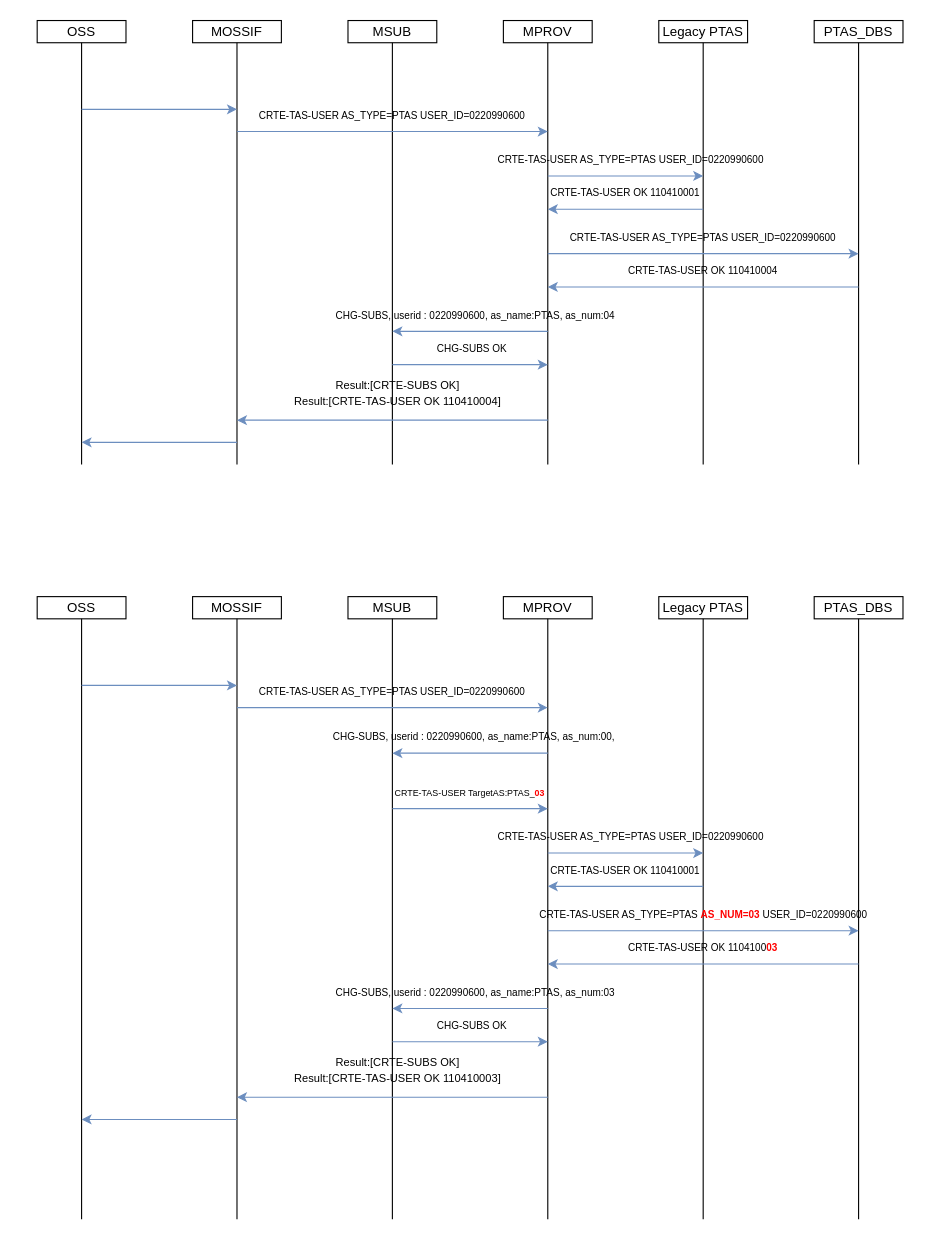
JaeHyeon774/NEWTIL keeps this draw.io diagram as vPTAS 가입자 청약 기능 개선.drawio. Above is the earlier version. Source tidied: cells renumbered, new cells numbered last; positions are measured from the earlier drawing's top-left corner, leaving out a move shared by most shapes. Both pictures are drawn from the tidied source at 111%, with x=0, y=0 at pixel (37, 20).
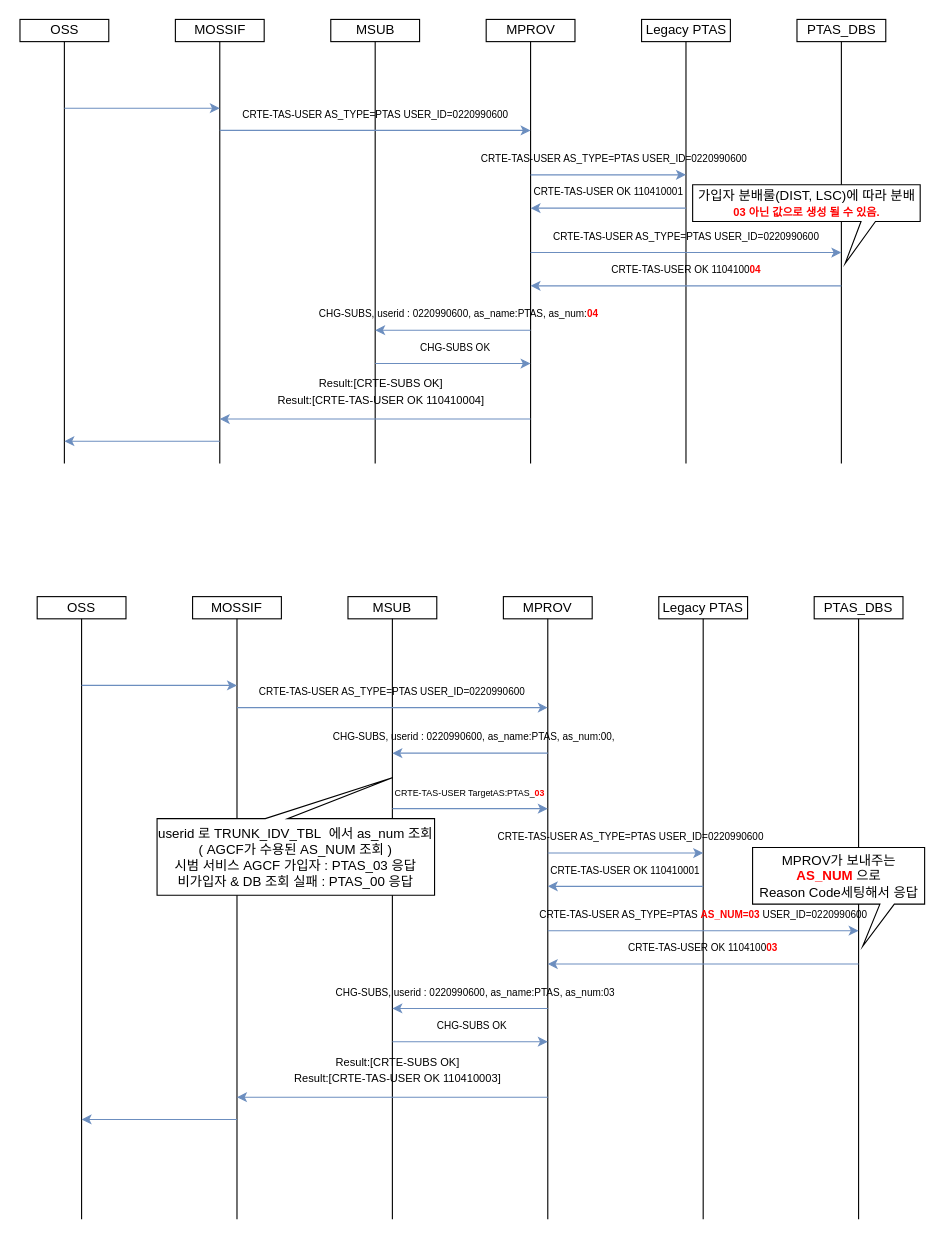
The same page after the edit.

Commit message:
vPTAS 가입자 청약 기능 개선.drawio 업데이트

Diff of the diagram source:
```diff
@@
     <mxCell id="2" value="MOSSIF" style="rounded=0;whiteSpace=wrap;html=1;" parent="1" vertex="1">
-      <mxGeometry x="140" width="80" height="20" as="geometry" />
+      <mxGeometry x="124.5" y="-1" width="80" height="20" as="geometry" />
     </mxCell>
     <mxCell id="3" value="OSS" style="rounded=0;whiteSpace=wrap;html=1;" parent="1" vertex="1">
-      <mxGeometry width="80" height="20" as="geometry" />
+      <mxGeometry x="-15.5" y="-1" width="80" height="20" as="geometry" />
     </mxCell>
     <mxCell id="4" value="MSUB" style="rounded=0;whiteSpace=wrap;html=1;" parent="1" vertex="1">
-      <mxGeometry x="280" width="80" height="20" as="geometry" />
+      <mxGeometry x="264.5" y="-1" width="80" height="20" as="geometry" />
     </mxCell>
     <mxCell id="5" value="MPROV" style="rounded=0;whiteSpace=wrap;html=1;" parent="1" vertex="1">
-      <mxGeometry x="420" width="80" height="20" as="geometry" />
+      <mxGeometry x="404.5" y="-1" width="80" height="20" as="geometry" />
     </mxCell>
     <mxCell id="6" value="Legacy PTAS" style="rounded=0;whiteSpace=wrap;html=1;" parent="1" vertex="1">
-      <mxGeometry x="560" width="80" height="20" as="geometry" />
+      <mxGeometry x="544.5" y="-1" width="80" height="20" as="geometry" />
     </mxCell>
     <mxCell id="7" value="PTAS_DBS" style="rounded=0;whiteSpace=wrap;html=1;" parent="1" vertex="1">
-      <mxGeometry x="700" width="80" height="20" as="geometry" />
+      <mxGeometry x="684.5" y="-1" width="80" height="20" as="geometry" />
     </mxCell>
     <mxCell id="8" style="endArrow=none;html=1;rounded=0;entryX=0.5;entryY=1;entryDx=0;entryDy=0;" parent="1" edge="1" target="3">
       <mxGeometry relative="1" as="geometry">
-        <mxPoint x="40" y="400" as="sourcePoint" />
+        <mxPoint x="24.5" y="399" as="sourcePoint" />
       </mxGeometry>
     </mxCell>
     <mxCell id="9" style="endArrow=none;html=1;rounded=0;entryX=0.5;entryY=1;entryDx=0;entryDy=0;" parent="1" edge="1" target="2">
       <mxGeometry relative="1" as="geometry">
-        <mxPoint x="180" y="400" as="sourcePoint" />
+        <mxPoint x="164.5" y="399" as="sourcePoint" />
       </mxGeometry>
     </mxCell>
     <mxCell id="10" style="endArrow=none;html=1;rounded=0;entryX=0.5;entryY=1;entryDx=0;entryDy=0;" parent="1" edge="1" target="4">
       <mxGeometry relative="1" as="geometry">
-        <mxPoint x="320" y="400" as="sourcePoint" />
+        <mxPoint x="304.5" y="399" as="sourcePoint" />
       </mxGeometry>
     </mxCell>
     <mxCell id="11" style="endArrow=none;html=1;rounded=0;entryX=0.5;entryY=1;entryDx=0;entryDy=0;" parent="1" edge="1" target="5">
       <mxGeometry relative="1" as="geometry">
-        <mxPoint x="460" y="400" as="sourcePoint" />
+        <mxPoint x="444.5" y="399" as="sourcePoint" />
       </mxGeometry>
     </mxCell>
     <mxCell id="12" style="endArrow=none;html=1;rounded=0;entryX=0.5;entryY=1;entryDx=0;entryDy=0;" parent="1" edge="1" target="6">
       <mxGeometry relative="1" as="geometry">
-        <mxPoint x="600" y="400" as="sourcePoint" />
+        <mxPoint x="584.5" y="399" as="sourcePoint" />
       </mxGeometry>
     </mxCell>
     <mxCell id="13" style="endArrow=none;html=1;rounded=0;entryX=0.5;entryY=1;entryDx=0;entryDy=0;" parent="1" edge="1" target="7">
       <mxGeometry relative="1" as="geometry">
-        <mxPoint x="740" y="400" as="sourcePoint" />
+        <mxPoint x="724.5" y="399" as="sourcePoint" />
       </mxGeometry>
     </mxCell>
     <mxCell id="14" style="endArrow=classic;html=1;rounded=0;fillColor=#dae8fc;strokeColor=#6c8ebf;" parent="1" edge="1">
       <mxGeometry relative="1" as="geometry">
-        <mxPoint x="40" y="80" as="sourcePoint" />
-        <mxPoint x="180" y="80" as="targetPoint" />
+        <mxPoint x="24.5" y="79" as="sourcePoint" />
+        <mxPoint x="164.5" y="79" as="targetPoint" />
       </mxGeometry>
     </mxCell>
     <mxCell id="15" style="endArrow=classic;html=1;rounded=0;fillColor=#dae8fc;strokeColor=#6c8ebf;" parent="1" edge="1">
       <mxGeometry relative="1" as="geometry">
-        <mxPoint x="460" y="140" as="sourcePoint" />
-        <mxPoint x="600" y="140" as="targetPoint" />
+        <mxPoint x="444.5" y="139" as="sourcePoint" />
+        <mxPoint x="584.5" y="139" as="targetPoint" />
       </mxGeometry>
     </mxCell>
     <mxCell id="16" style="endArrow=classic;html=1;rounded=0;fillColor=#dae8fc;strokeColor=#6c8ebf;" parent="1" edge="1">
       <mxGeometry relative="1" as="geometry">
-        <mxPoint x="460" y="210" as="sourcePoint" />
-        <mxPoint x="740" y="210" as="targetPoint" />
+        <mxPoint x="444.5" y="209" as="sourcePoint" />
+        <mxPoint x="724.5" y="209" as="targetPoint" />
       </mxGeometry>
     </mxCell>
     <mxCell id="17" style="endArrow=classic;html=1;rounded=0;fillColor=#dae8fc;strokeColor=#6c8ebf;" parent="1" edge="1">
       <mxGeometry relative="1" as="geometry">
-        <mxPoint x="180" y="100" as="sourcePoint" />
-        <mxPoint x="460" y="100" as="targetPoint" />
+        <mxPoint x="164.5" y="99" as="sourcePoint" />
+        <mxPoint x="444.5" y="99" as="targetPoint" />
       </mxGeometry>
     </mxCell>
     <mxCell id="18" style="endArrow=classic;html=1;rounded=0;fillColor=#dae8fc;strokeColor=#6c8ebf;" parent="1" edge="1">
       <mxGeometry relative="1" as="geometry">
-        <mxPoint x="600" y="170" as="sourcePoint" />
-        <mxPoint x="460" y="170" as="targetPoint" />
+        <mxPoint x="584.5" y="169" as="sourcePoint" />
+        <mxPoint x="444.5" y="169" as="targetPoint" />
       </mxGeometry>
     </mxCell>
     <mxCell id="19" style="endArrow=classic;html=1;rounded=0;fillColor=#dae8fc;strokeColor=#6c8ebf;" parent="1" edge="1">
       <mxGeometry relative="1" as="geometry">
-        <mxPoint x="740" y="240" as="sourcePoint" />
-        <mxPoint x="460" y="240" as="targetPoint" />
+        <mxPoint x="724.5" y="239" as="sourcePoint" />
+        <mxPoint x="444.5" y="239" as="targetPoint" />
       </mxGeometry>
     </mxCell>
     <mxCell id="20" style="endArrow=classic;html=1;rounded=0;fillColor=#dae8fc;strokeColor=#6c8ebf;" parent="1" edge="1">
       <mxGeometry relative="1" as="geometry">
-        <mxPoint x="320" y="310" as="sourcePoint" />
-        <mxPoint x="460" y="310" as="targetPoint" />
+        <mxPoint x="304.5" y="309" as="sourcePoint" />
+        <mxPoint x="444.5" y="309" as="targetPoint" />
       </mxGeometry>
     </mxCell>
     <mxCell id="21" style="endArrow=classic;html=1;rounded=0;fillColor=#dae8fc;strokeColor=#6c8ebf;" parent="1" edge="1">
       <mxGeometry relative="1" as="geometry">
-        <mxPoint x="460" y="280" as="sourcePoint" />
-        <mxPoint x="320" y="280" as="targetPoint" />
+        <mxPoint x="444.5" y="279" as="sourcePoint" />
+        <mxPoint x="304.5" y="279" as="targetPoint" />
       </mxGeometry>
     </mxCell>
     <mxCell id="22" style="endArrow=classic;html=1;rounded=0;fillColor=#dae8fc;strokeColor=#6c8ebf;" parent="1" edge="1">
       <mxGeometry relative="1" as="geometry">
-        <mxPoint x="460" y="360" as="sourcePoint" />
-        <mxPoint x="180" y="360" as="targetPoint" />
+        <mxPoint x="444.5" y="359" as="sourcePoint" />
+        <mxPoint x="164.5" y="359" as="targetPoint" />
       </mxGeometry>
     </mxCell>
     <mxCell id="23" style="endArrow=classic;html=1;rounded=0;fillColor=#dae8fc;strokeColor=#6c8ebf;" parent="1" edge="1">
       <mxGeometry relative="1" as="geometry">
-        <mxPoint x="180" y="380" as="sourcePoint" />
-        <mxPoint x="40" y="380" as="targetPoint" />
+        <mxPoint x="164.5" y="379" as="sourcePoint" />
+        <mxPoint x="24.5" y="379" as="targetPoint" />
       </mxGeometry>
     </mxCell>
     <mxCell id="24" value="&lt;font style=&quot;font-size: 9px;&quot;&gt;CRTE-TAS-USER AS_TYPE=PTAS USER_ID=0220990600&lt;/font&gt;" style="text;html=1;align=center;verticalAlign=middle;whiteSpace=wrap;rounded=0;" parent="1" vertex="1">
-      <mxGeometry x="195" y="80" width="250" height="10" as="geometry" />
+      <mxGeometry x="179.5" y="79" width="250" height="10" as="geometry" />
     </mxCell>
     <mxCell id="25" value="&lt;font style=&quot;font-size: 9px;&quot;&gt;CRTE-TAS-USER AS_TYPE=PTAS USER_ID=0220990600&lt;/font&gt;" style="text;html=1;align=center;verticalAlign=middle;whiteSpace=wrap;rounded=0;" parent="1" vertex="1">
-      <mxGeometry x="410" y="120" width="250" height="10" as="geometry" />
+      <mxGeometry x="394.5" y="119" width="250" height="10" as="geometry" />
     </mxCell>
     <mxCell id="26" value="&lt;font style=&quot;font-size: 9px;&quot;&gt;CRTE-TAS-USER OK 110410001&lt;/font&gt;" style="text;html=1;align=center;verticalAlign=middle;whiteSpace=wrap;rounded=0;" parent="1" vertex="1">
-      <mxGeometry x="460" y="150" width="140" height="10" as="geometry" />
+      <mxGeometry x="444.5" y="149" width="140" height="10" as="geometry" />
     </mxCell>
     <mxCell id="27" value="&lt;font style=&quot;font-size: 9px;&quot;&gt;CRTE-TAS-USER AS_TYPE=PTAS USER_ID=0220990600&lt;/font&gt;" style="text;html=1;align=center;verticalAlign=middle;whiteSpace=wrap;rounded=0;" parent="1" vertex="1">
-      <mxGeometry x="475" y="190" width="250" height="10" as="geometry" />
+      <mxGeometry x="459.5" y="189" width="250" height="10" as="geometry" />
     </mxCell>
-    <mxCell id="28" value="&lt;font style=&quot;font-size: 9px;&quot;&gt;CRTE-TAS-USER OK 110410004&lt;/font&gt;" style="text;html=1;align=center;verticalAlign=middle;whiteSpace=wrap;rounded=0;" parent="1" vertex="1">
-      <mxGeometry x="530" y="220" width="140" height="10" as="geometry" />
+    <mxCell id="28" value="&lt;font style=&quot;font-size: 9px;&quot;&gt;CRTE-TAS-USER OK 1104100&lt;font style=&quot;color: rgb(255, 0, 0);&quot;&gt;&lt;b&gt;04&lt;/b&gt;&lt;/font&gt;&lt;/font&gt;" style="text;html=1;align=center;verticalAlign=middle;whiteSpace=wrap;rounded=0;" parent="1" vertex="1">
+      <mxGeometry x="514.5" y="219" width="140" height="10" as="geometry" />
     </mxCell>
-    <mxCell id="29" value="&lt;font style=&quot;font-size: 9px;&quot;&gt;CHG-SUBS, userid : 0220990600, as_name:PTAS, as_num:04&lt;/font&gt;" style="text;html=1;align=center;verticalAlign=middle;whiteSpace=wrap;rounded=0;" parent="1" vertex="1">
-      <mxGeometry x="260" y="260" width="270" height="10" as="geometry" />
+    <mxCell id="29" value="&lt;font style=&quot;font-size: 9px;&quot;&gt;CHG-SUBS, userid : 0220990600, as_name:PTAS, as_num:&lt;b&gt;&lt;font style=&quot;color: rgb(255, 0, 0);&quot;&gt;04&lt;/font&gt;&lt;/b&gt;&lt;/font&gt;" style="text;html=1;align=center;verticalAlign=middle;whiteSpace=wrap;rounded=0;" parent="1" vertex="1">
+      <mxGeometry x="244.5" y="259" width="270" height="10" as="geometry" />
     </mxCell>
     <mxCell id="30" value="&lt;font style=&quot;font-size: 9px;&quot;&gt;CHG-SUBS OK&lt;/font&gt;" style="text;html=1;align=center;verticalAlign=middle;whiteSpace=wrap;rounded=0;" parent="1" vertex="1">
-      <mxGeometry x="350" y="290" width="84" height="10" as="geometry" />
+      <mxGeometry x="334.5" y="289" width="84" height="10" as="geometry" />
     </mxCell>
     <mxCell id="31" value="&lt;font size=&quot;1&quot;&gt;Result:[CRTE-SUBS OK]&lt;/font&gt;&lt;div&gt;&lt;font size=&quot;1&quot;&gt;Result:[CRTE-TAS-USER OK 110410004]&lt;/font&gt;&lt;/div&gt;" style="text;html=1;align=center;verticalAlign=middle;whiteSpace=wrap;rounded=0;" parent="1" vertex="1">
-      <mxGeometry x="220" y="320" width="210" height="30" as="geometry" />
+      <mxGeometry x="204.5" y="319" width="210" height="30" as="geometry" />
     </mxCell>
@@
+    <mxCell id="66" value="가입자 분배룰(DIST, LSC)에 따라 분배&lt;div&gt;&lt;font style=&quot;font-size: 10px; color: rgb(255, 0, 0);&quot;&gt;&lt;b&gt;03 아닌 값으로 생성 될 수 있음.&lt;/b&gt;&lt;/font&gt;&lt;/div&gt;" style="shape=callout;whiteSpace=wrap;html=1;perimeter=calloutPerimeter;position2=0.67;size=38;position=0.74;base=13;" parent="1" vertex="1">
+      <mxGeometry x="590.5" y="148" width="205" height="71" as="geometry" />
+    </mxCell>
+    <mxCell id="67" value="MPROV가 보내주는 &lt;b&gt;&lt;font style=&quot;color: rgb(255, 0, 0);&quot;&gt;AS_NUM&lt;/font&gt;&lt;/b&gt; 으로 &lt;br&gt;Reason Code세팅해서 응답" style="shape=callout;whiteSpace=wrap;html=1;perimeter=calloutPerimeter;position2=0.64;size=38;position=0.74;base=13;" parent="1" vertex="1">
+      <mxGeometry x="644.5" y="745" width="155" height="89" as="geometry" />
+    </mxCell>
+    <mxCell id="68" value="&lt;div&gt;userid 로 TRUNK_IDV_TBL&amp;nbsp; 에서 as_num 조회( AGCF가 수용된 AS_NUM 조회 )&lt;/div&gt;시범 서비스 AGCF 가입자 : PTAS_03 응답&lt;br&gt;비가입자 &amp;amp; DB 조회 실패 : PTAS_00 응답" style="shape=callout;whiteSpace=wrap;html=1;perimeter=calloutPerimeter;direction=west;size=37;position=0.53;position2=0.15;" parent="1" vertex="1">
+      <mxGeometry x="108" y="682" width="250" height="106" as="geometry" />
+    </mxCell>
```
